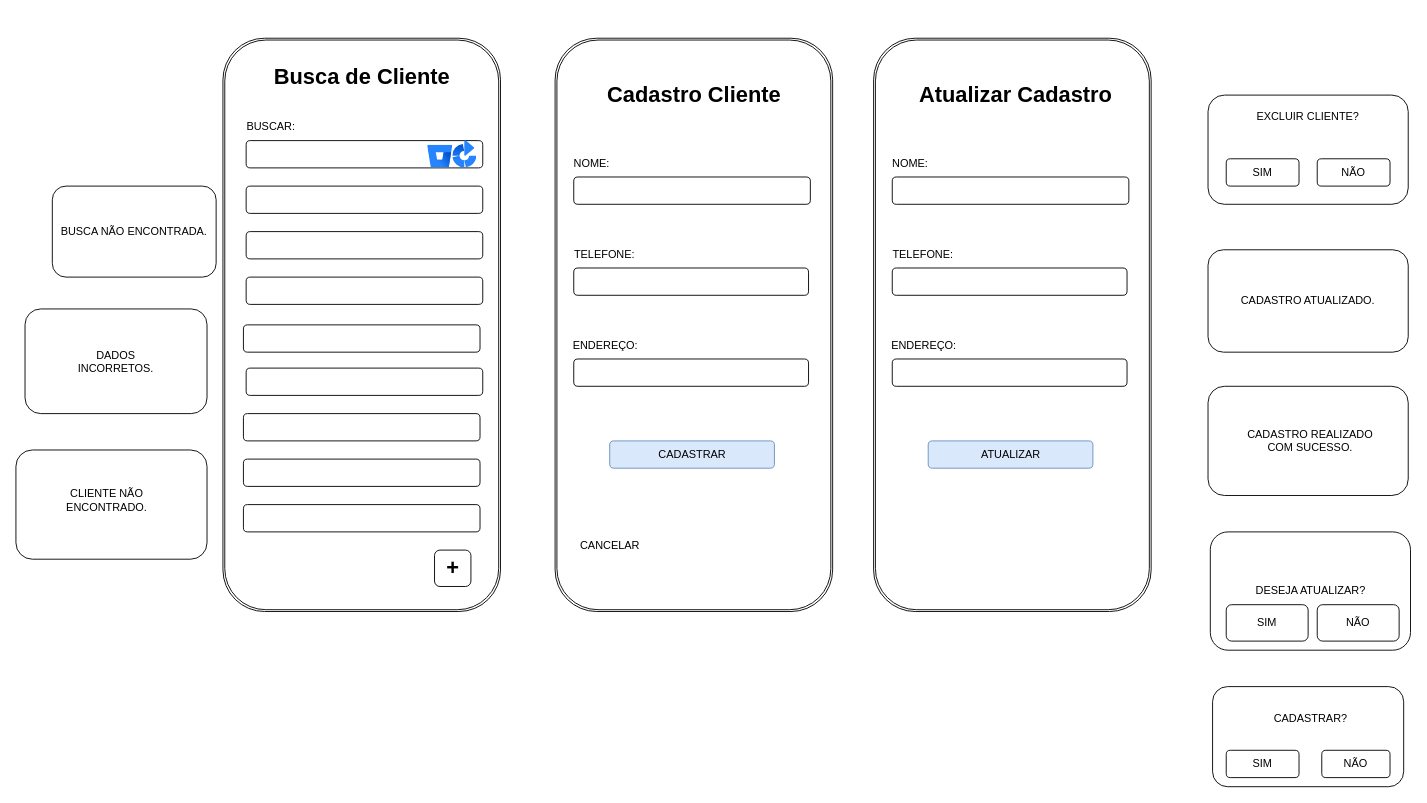
Above: page "Página-1" (1 of 9) of DOC/tela.drawio in rafaelareisilva/avatar.app (draw.io), before the change. Source tidied: cells renumbered, new cells numbered last; positions are measured from the earlier drawing's top-left corner, leaving out a move shared by most shapes. Both pictures are drawn from the tidied source at 91%, with x=0, y=0 at pixel (15, 58).
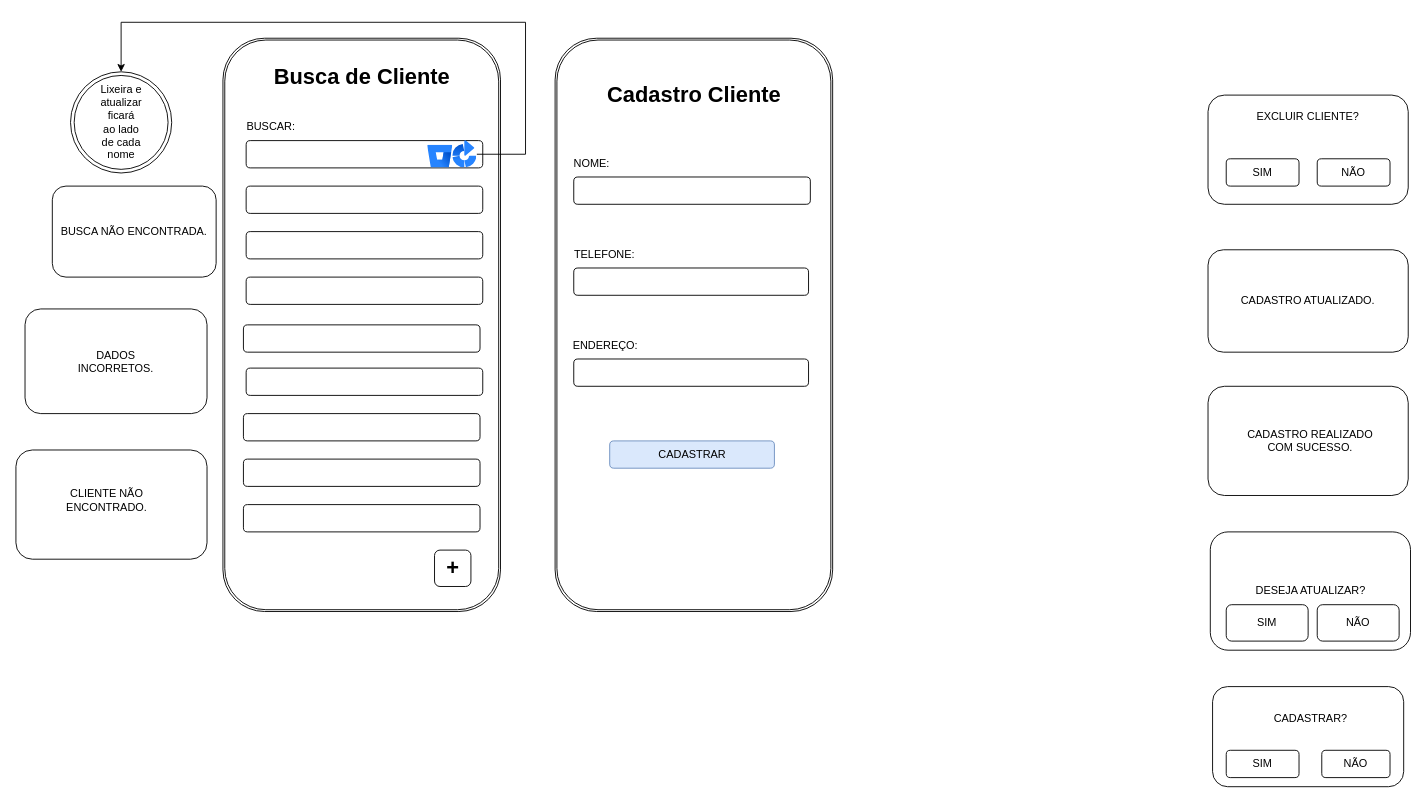
Above is the later version.

The change refers to these unchanged cells:
```xml
<mxCell id="43" style="image;html=1;image=img/lib/atlassian/Bamboo_Logo.svg;" parent="1" vertex="1">
  <mxGeometry x="480" y="90" width="26.5" height="30" as="geometry" />
</mxCell>
```

Change to the diagram source:
```diff
@@
-    <mxCell id="2" style="shape=ext;double=1;rounded=1;whiteSpace=wrap;html=1;rotation=90;" parent="1" vertex="1">
-      <mxGeometry x="780" y="140" width="630" height="305" as="geometry" />
-    </mxCell>
-    <mxCell id="3" style="rounded=1;whiteSpace=wrap;html=1;" parent="1" vertex="1">
-      <mxGeometry x="963" y="130" width="260" height="30" as="geometry" />
-    </mxCell>
-    <mxCell id="4" value="NOME:" style="text;html=1;align=center;verticalAlign=middle;whiteSpace=wrap;rounded=0;" parent="1" vertex="1">
-      <mxGeometry x="963" y="100" width="40" height="30" as="geometry" />
-    </mxCell>
-    <mxCell id="5" value="&amp;nbsp;Atualizar Cadastro" style="text;strokeColor=none;fillColor=none;html=1;fontSize=24;fontStyle=1;verticalAlign=middle;align=center;" parent="1" vertex="1">
-      <mxGeometry x="1045" y="20" width="100" height="40" as="geometry" />
-    </mxCell>
-    <mxCell id="6" style="rounded=1;whiteSpace=wrap;html=1;" parent="1" vertex="1">
-      <mxGeometry x="963" y="230" width="258" height="30" as="geometry" />
-    </mxCell>
-    <mxCell id="7" value="TELEFONE:" style="text;html=1;align=center;verticalAlign=middle;whiteSpace=wrap;rounded=0;" parent="1" vertex="1">
-      <mxGeometry x="966.5" y="200" width="60" height="30" as="geometry" />
-    </mxCell>
-    <mxCell id="8" style="rounded=1;whiteSpace=wrap;html=1;" parent="1" vertex="1">
-      <mxGeometry x="963" y="330" width="258" height="30" as="geometry" />
-    </mxCell>
-    <mxCell id="9" value="ENDEREÇO:" style="text;html=1;align=center;verticalAlign=middle;whiteSpace=wrap;rounded=0;" parent="1" vertex="1">
-      <mxGeometry x="963" y="300" width="70" height="30" as="geometry" />
-    </mxCell>
-    <mxCell id="10" value="ATUALIZAR" style="rounded=1;whiteSpace=wrap;html=1;fillColor=#dae8fc;strokeColor=#6c8ebf;" parent="1" vertex="1">
-      <mxGeometry x="1002.5" y="420" width="181" height="30" as="geometry" />
-    </mxCell>
@@
-    <mxCell id="32" value="CANCELAR" style="text;html=1;align=center;verticalAlign=middle;whiteSpace=wrap;rounded=0;" parent="1" vertex="1">
-      <mxGeometry x="623" y="520" width="60" height="30" as="geometry" />
-    </mxCell>
@@
+    <mxCell id="56" style="edgeStyle=orthogonalEdgeStyle;rounded=0;jettySize=auto;html=1;entryX=0.5;entryY=0;entryDx=0;entryDy=0;" parent="1" edge="1" source="43" target="57">
+      <mxGeometry relative="1" as="geometry">
+        <Array as="points">
+          <mxPoint x="560" y="105" />
+          <mxPoint x="560" y="-40" />
+          <mxPoint x="116" y="-40" />
+        </Array>
+      </mxGeometry>
+    </mxCell>
@@
+    <mxCell id="57" style="ellipse;shape=doubleEllipse;whiteSpace=wrap;html=1;" parent="1" vertex="1">
+      <mxGeometry x="60" y="14.4" width="111.2" height="111.2" as="geometry" />
+    </mxCell>
+    <mxCell id="58" value="Lixeira e atualizar ficará ao lado de cada nome" style="text;html=1;align=center;verticalAlign=middle;whiteSpace=wrap;rounded=0;" parent="1" vertex="1">
+      <mxGeometry x="105.6" y="69.4" width="20" as="geometry" />
+    </mxCell>
```
